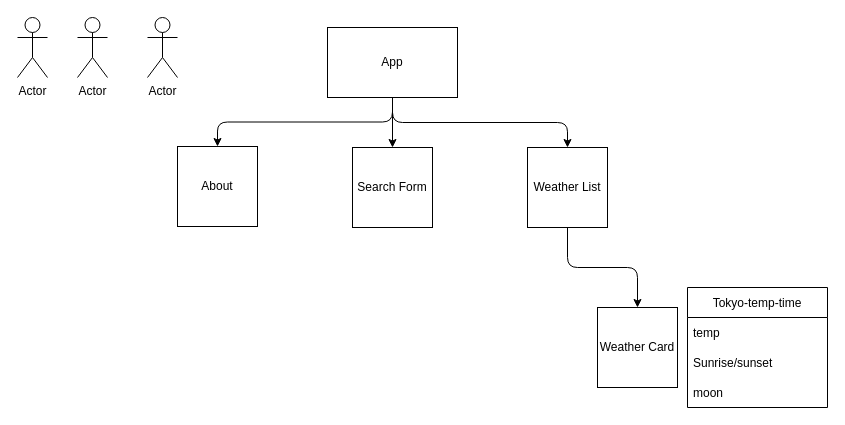
Above: src/diagram.drawio in jasont98/phase-2-project-frontend (draw.io), before the change. Source tidied: cells renumbered, new cells numbered last; positions are measured from the earlier drawing's top-left corner, leaving out a move shared by most shapes. Both pictures are drawn from the tidied source at 100%, with x=0, y=0 at pixel (17, 17).
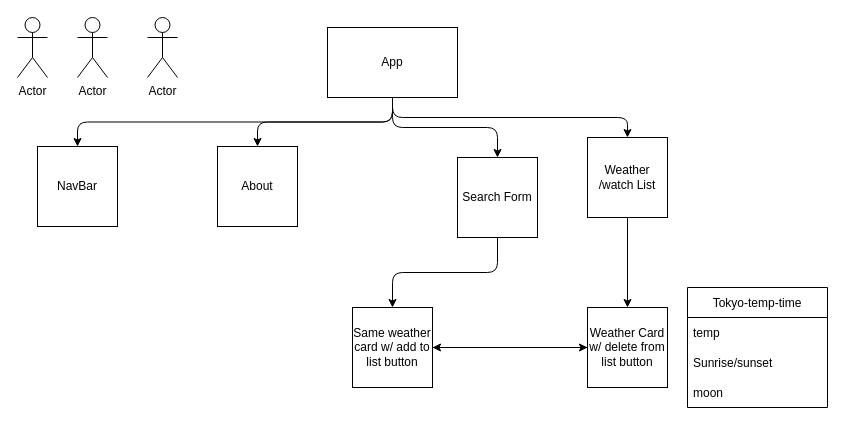
The same diagram, later.

Commit message:
fixed diagram with navBar

Unchanged cells that the change refers to:
```xml
<mxCell id="5" value="App" style="rounded=0;whiteSpace=wrap;html=1;" parent="1" vertex="1">
  <mxGeometry x="310" y="10" width="130" height="70" as="geometry" />
</mxCell>
```

The edit, as a diff of the source:
```diff
@@
+    <mxCell id="18" style="edgeStyle=orthogonalEdgeStyle;html=1;exitX=0.5;exitY=1;exitDx=0;exitDy=0;entryX=0.5;entryY=0;entryDx=0;entryDy=0;" parent="1" edge="1" source="5" target="23">
+      <mxGeometry relative="1" as="geometry" />
+    </mxCell>
@@
-    <mxCell id="7" value="Weather List" style="whiteSpace=wrap;html=1;" parent="1" vertex="1">
-      <mxGeometry x="510" y="130" width="80" height="80" as="geometry" />
+    <mxCell id="7" value="Weather /watch List" style="whiteSpace=wrap;html=1;" parent="1" vertex="1">
+      <mxGeometry x="570" y="120" width="80" height="80" as="geometry" />
     </mxCell>
+    <mxCell id="19" style="edgeStyle=orthogonalEdgeStyle;html=1;exitX=0.5;exitY=1;exitDx=0;exitDy=0;entryX=0.5;entryY=0;entryDx=0;entryDy=0;" parent="1" edge="1" source="8" target="22">
+      <mxGeometry relative="1" as="geometry" />
+    </mxCell>
     <mxCell id="8" value="Search Form" style="whiteSpace=wrap;html=1;" parent="1" vertex="1">
-      <mxGeometry x="335" y="130" width="80" height="80" as="geometry" />
+      <mxGeometry x="440" y="140" width="80" height="80" as="geometry" />
     </mxCell>
     <mxCell id="9" value="About" style="whiteSpace=wrap;html=1;" parent="1" vertex="1">
-      <mxGeometry x="160" y="129" width="80" height="80" as="geometry" />
+      <mxGeometry x="200" y="129" width="80" height="80" as="geometry" />
     </mxCell>
+    <mxCell id="20" style="edgeStyle=orthogonalEdgeStyle;html=1;" parent="1" edge="1" source="10" target="22">
+      <mxGeometry relative="1" as="geometry" />
+    </mxCell>
-    <mxCell id="10" value="Weather Card" style="whiteSpace=wrap;html=1;" parent="1" vertex="1">
-      <mxGeometry x="580" y="290" width="80" height="80" as="geometry" />
+    <mxCell id="10" value="Weather Card w/ delete from list button" style="whiteSpace=wrap;html=1;" parent="1" vertex="1">
+      <mxGeometry x="570" y="290" width="80" height="80" as="geometry" />
     </mxCell>
@@
+    <mxCell id="21" style="edgeStyle=orthogonalEdgeStyle;html=1;entryX=0;entryY=0.5;entryDx=0;entryDy=0;" parent="1" edge="1" source="22" target="10">
+      <mxGeometry relative="1" as="geometry" />
+    </mxCell>
+    <mxCell id="22" value="Same weather card w/ add to list button" style="whiteSpace=wrap;html=1;" parent="1" vertex="1">
+      <mxGeometry x="335" y="290" width="80" height="80" as="geometry" />
+    </mxCell>
+    <mxCell id="23" value="NavBar" style="whiteSpace=wrap;html=1;" parent="1" vertex="1">
+      <mxGeometry x="20" y="129" width="80" height="80" as="geometry" />
+    </mxCell>
```
